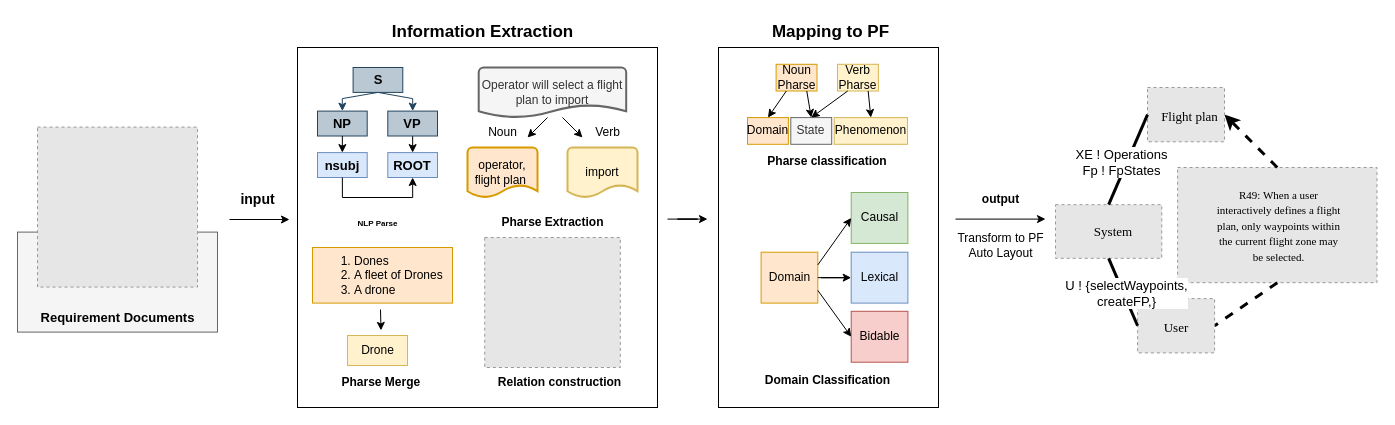
Above: 技术路线.drawio in chenxuansoeasy/pfvue (draw.io), before the change. Source tidied: cells renumbered, new cells numbered last; positions are measured from the earlier drawing's top-left corner, leaving out a move shared by most shapes. Both pictures are drawn from the tidied source at 100%, with x=0, y=0 at pixel (17, 17). Pictures stored in the file or linked from it are replaced by grey dashed boxes.
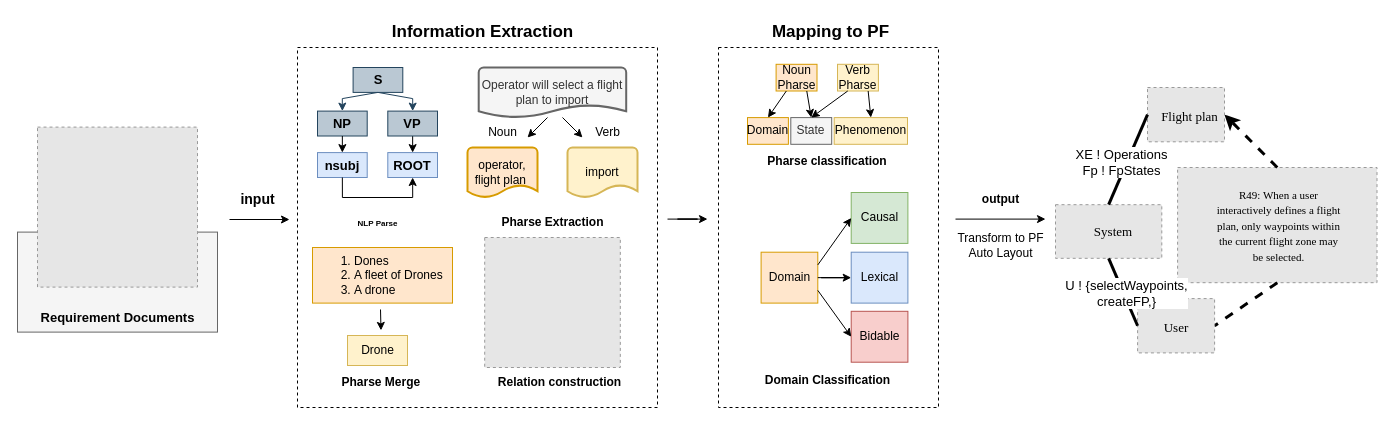
The same diagram, later.

Commit message:
更新技术路线.drawio

The change refers to these unchanged cells:
```xml
<mxCell id="52" style="group;" parent="1" vertex="1">
  <mxGeometry x="690" width="260" height="370" as="geometry" />
</mxCell>
```

The edit, as a diff of the source:
```diff
@@
-    <mxCell id="23" style="group;" parent="1" vertex="1">
+    <mxCell id="23" style="group;dashed=1;" parent="1" vertex="1">
       <mxGeometry x="280" width="355" height="385" as="geometry" />
     </mxCell>
-    <mxCell id="24" style="whiteSpace=wrap;html=1;" parent="23" vertex="1">
+    <mxCell id="24" style="whiteSpace=wrap;html=1;dashed=1;" parent="23" vertex="1">
       <mxGeometry y="30" width="360" height="360" as="geometry" />
     </mxCell>
@@
-    <mxCell id="54" style="whiteSpace=wrap;html=1;" parent="52" vertex="1">
+    <mxCell id="54" style="whiteSpace=wrap;html=1;dashed=1;" parent="52" vertex="1">
       <mxGeometry x="11" y="30" width="220" height="360" as="geometry" />
     </mxCell>
```
